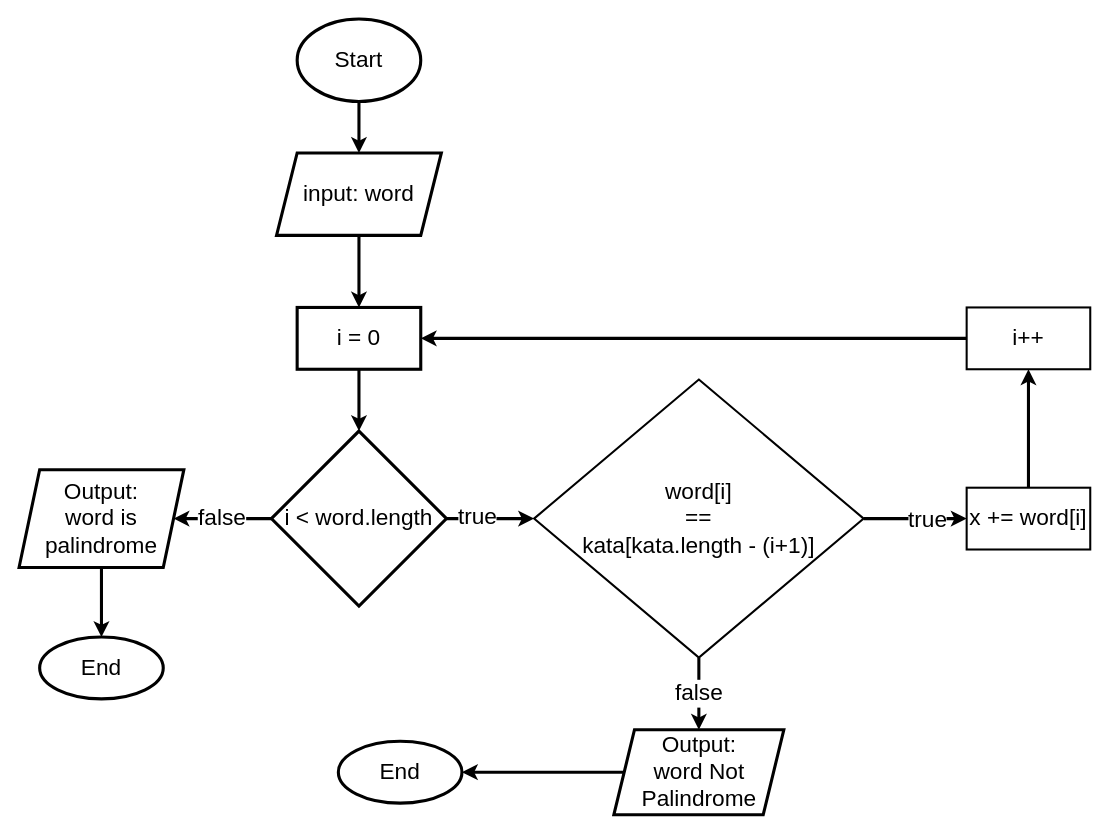
Above: flowchart-palindrome.drawio in rioprayoga23/fw12-javascript-1 (draw.io), before the change. Source tidied: cells renumbered, new cells numbered last; positions are measured from the earlier drawing's top-left corner, leaving out a move shared by most shapes. Both pictures are drawn from the tidied source at 103%, with x=0, y=0 at pixel (19, 19).
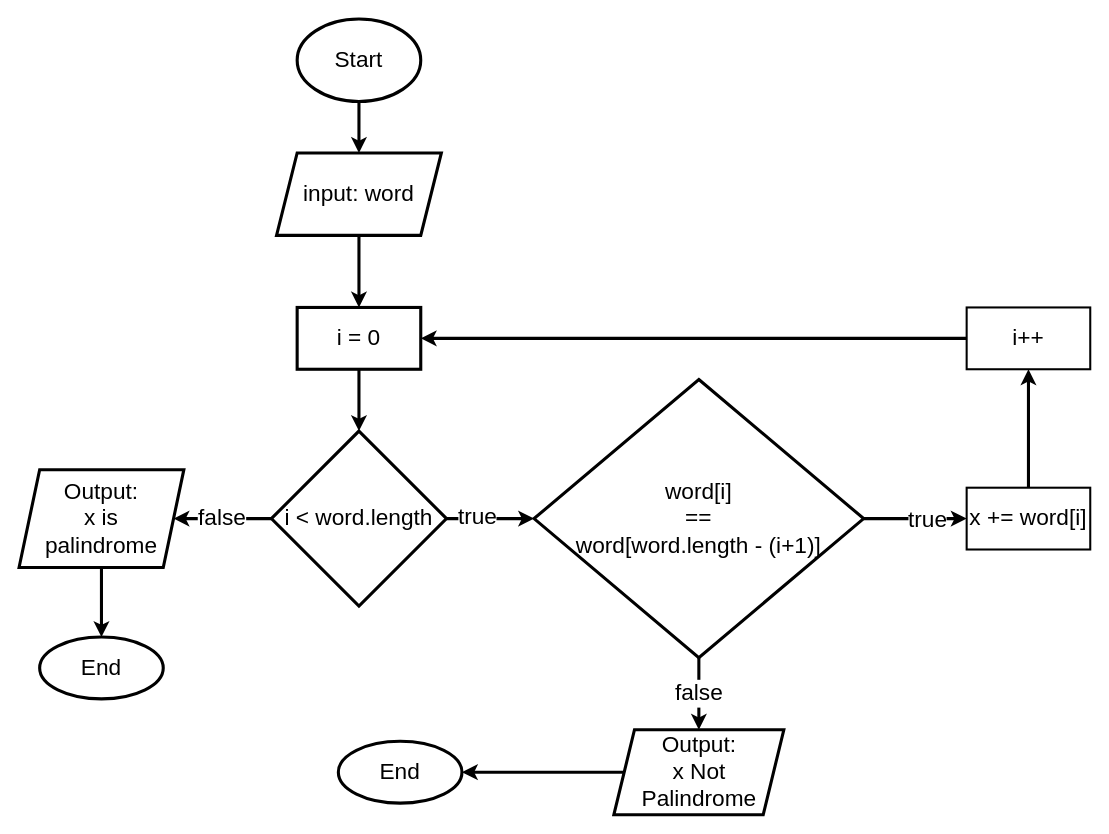
The same page after the edit.

Commit message (it also covers changes not shown here):
menambahkan cara kedua untuk cek palindrome

The edit, as a diff of the source:
```diff
@@
-    <mxCell id="15" value="&lt;font style=&quot;font-size: 22px;&quot;&gt;word[i]&lt;br style=&quot;font-size: 22px;&quot;&gt;==&lt;br style=&quot;font-size: 22px;&quot;&gt;kata[kata.length - (i+1)]&lt;/font&gt;" style="strokeWidth=2;html=1;shape=mxgraph.flowchart.decision;whiteSpace=wrap;fontSize=22;" parent="1" vertex="1">
+    <mxCell id="15" value="&lt;font style=&quot;font-size: 22px;&quot;&gt;word[i]&lt;br style=&quot;font-size: 22px;&quot;&gt;==&lt;br style=&quot;font-size: 22px;&quot;&gt;word[word.length - (i+1)]&lt;/font&gt;" style="strokeWidth=3;html=1;shape=mxgraph.flowchart.decision;whiteSpace=wrap;fontSize=22;" parent="1" vertex="1">
       <mxGeometry x="500" y="350" width="320" height="270" as="geometry" />
     </mxCell>
@@
-    <mxCell id="21" value="&lt;font style=&quot;font-size: 22px;&quot;&gt;Output:&lt;br style=&quot;font-size: 22px;&quot;&gt;word Not Palindrome&lt;/font&gt;" style="shape=parallelogram;perimeter=parallelogramPerimeter;whiteSpace=wrap;html=1;fixedSize=1;strokeWidth=3;fontSize=22;" parent="1" vertex="1">
+    <mxCell id="21" value="&lt;font style=&quot;font-size: 22px;&quot;&gt;Output:&lt;br style=&quot;font-size: 22px;&quot;&gt;x Not Palindrome&lt;/font&gt;" style="shape=parallelogram;perimeter=parallelogramPerimeter;whiteSpace=wrap;html=1;fixedSize=1;strokeWidth=3;fontSize=22;" parent="1" vertex="1">
       <mxGeometry x="577.5" y="690" width="165" height="82.5" as="geometry" />
     </mxCell>
@@
-    <mxCell id="24" value="&lt;font style=&quot;font-size: 22px;&quot;&gt;Output:&lt;br style=&quot;font-size: 22px;&quot;&gt;word is&lt;br style=&quot;font-size: 22px;&quot;&gt;palindrome&lt;br style=&quot;font-size: 22px;&quot;&gt;&lt;/font&gt;" style="shape=parallelogram;perimeter=parallelogramPerimeter;whiteSpace=wrap;html=1;fixedSize=1;rounded=0;strokeWidth=3;fontSize=22;" parent="1" vertex="1">
+    <mxCell id="24" value="&lt;font style=&quot;font-size: 22px;&quot;&gt;Output:&lt;br style=&quot;font-size: 22px;&quot;&gt;x is&lt;br style=&quot;font-size: 22px;&quot;&gt;palindrome&lt;br style=&quot;font-size: 22px;&quot;&gt;&lt;/font&gt;" style="shape=parallelogram;perimeter=parallelogramPerimeter;whiteSpace=wrap;html=1;fixedSize=1;rounded=0;strokeWidth=3;fontSize=22;" parent="1" vertex="1">
       <mxGeometry y="437.5" width="160" height="95" as="geometry" />
     </mxCell>
```
